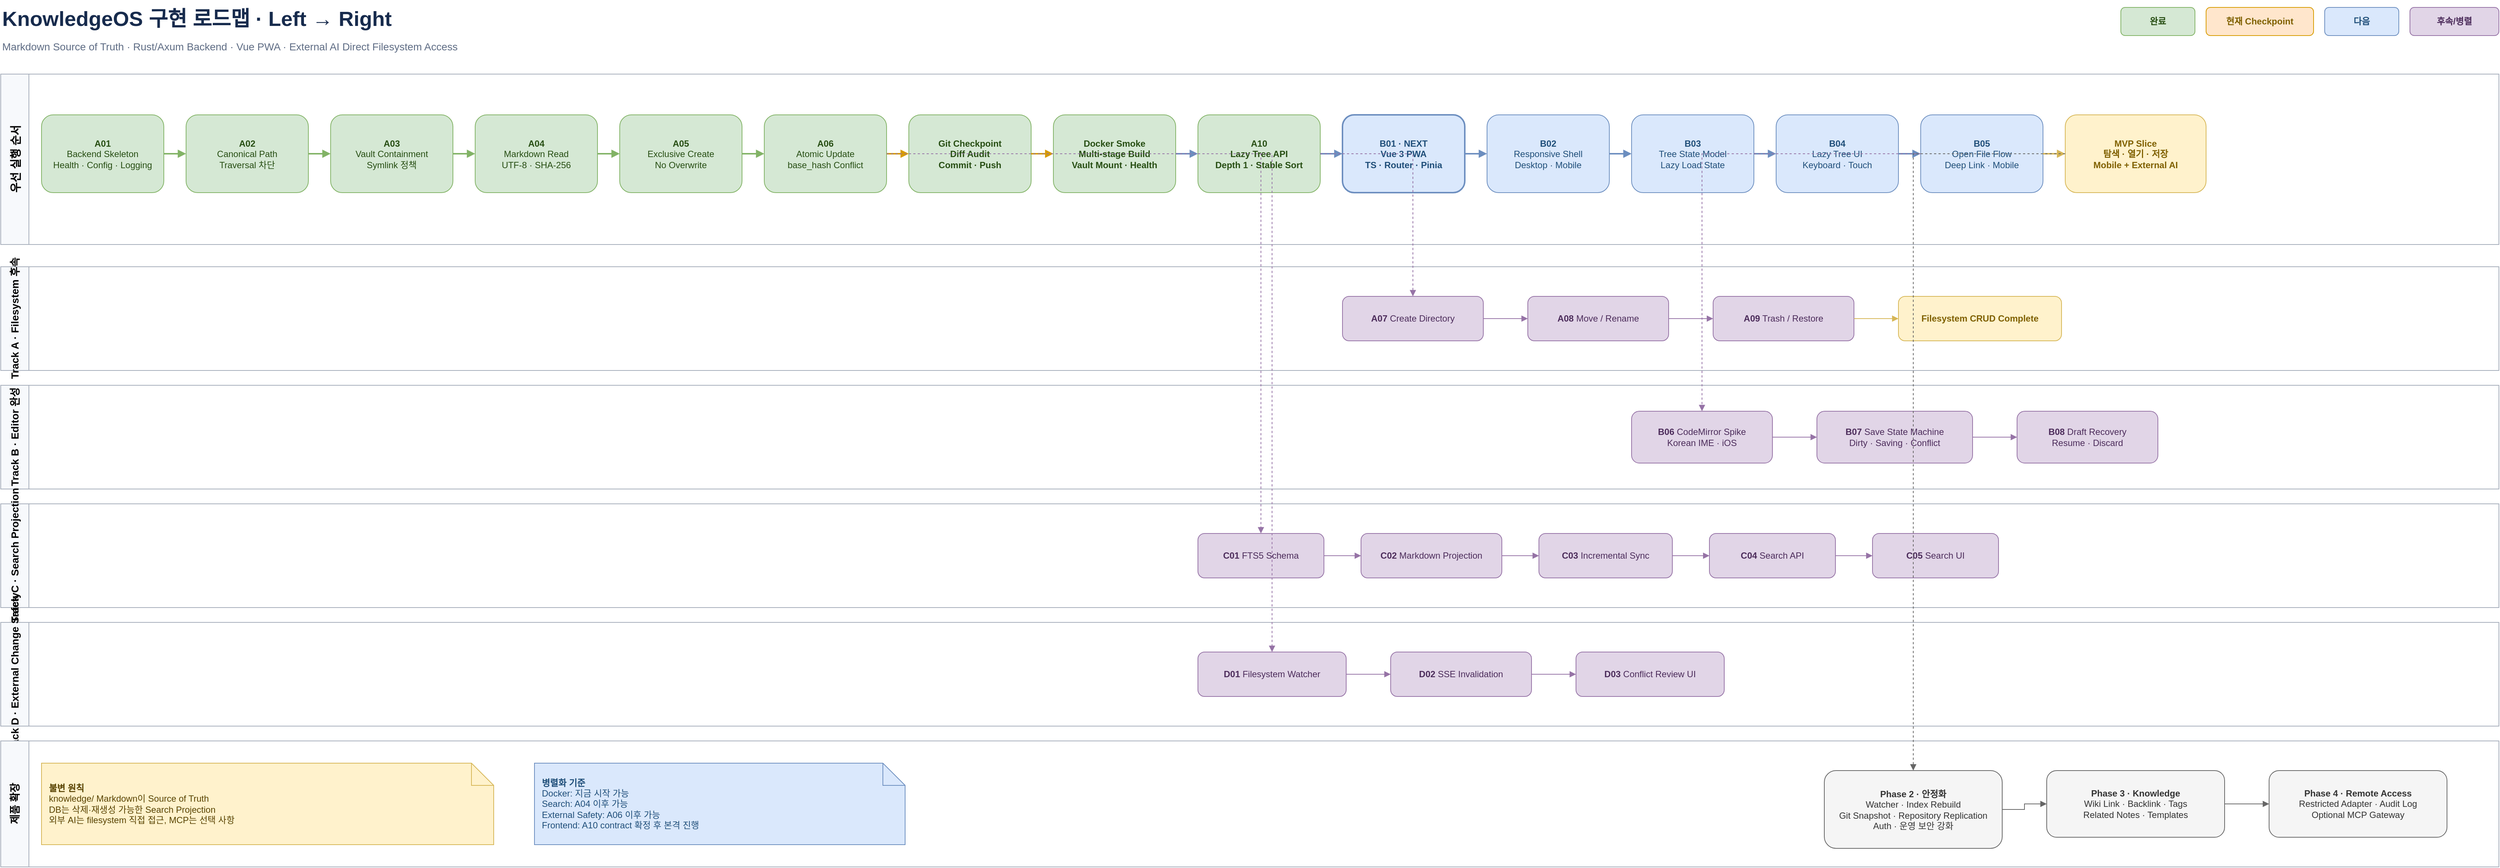
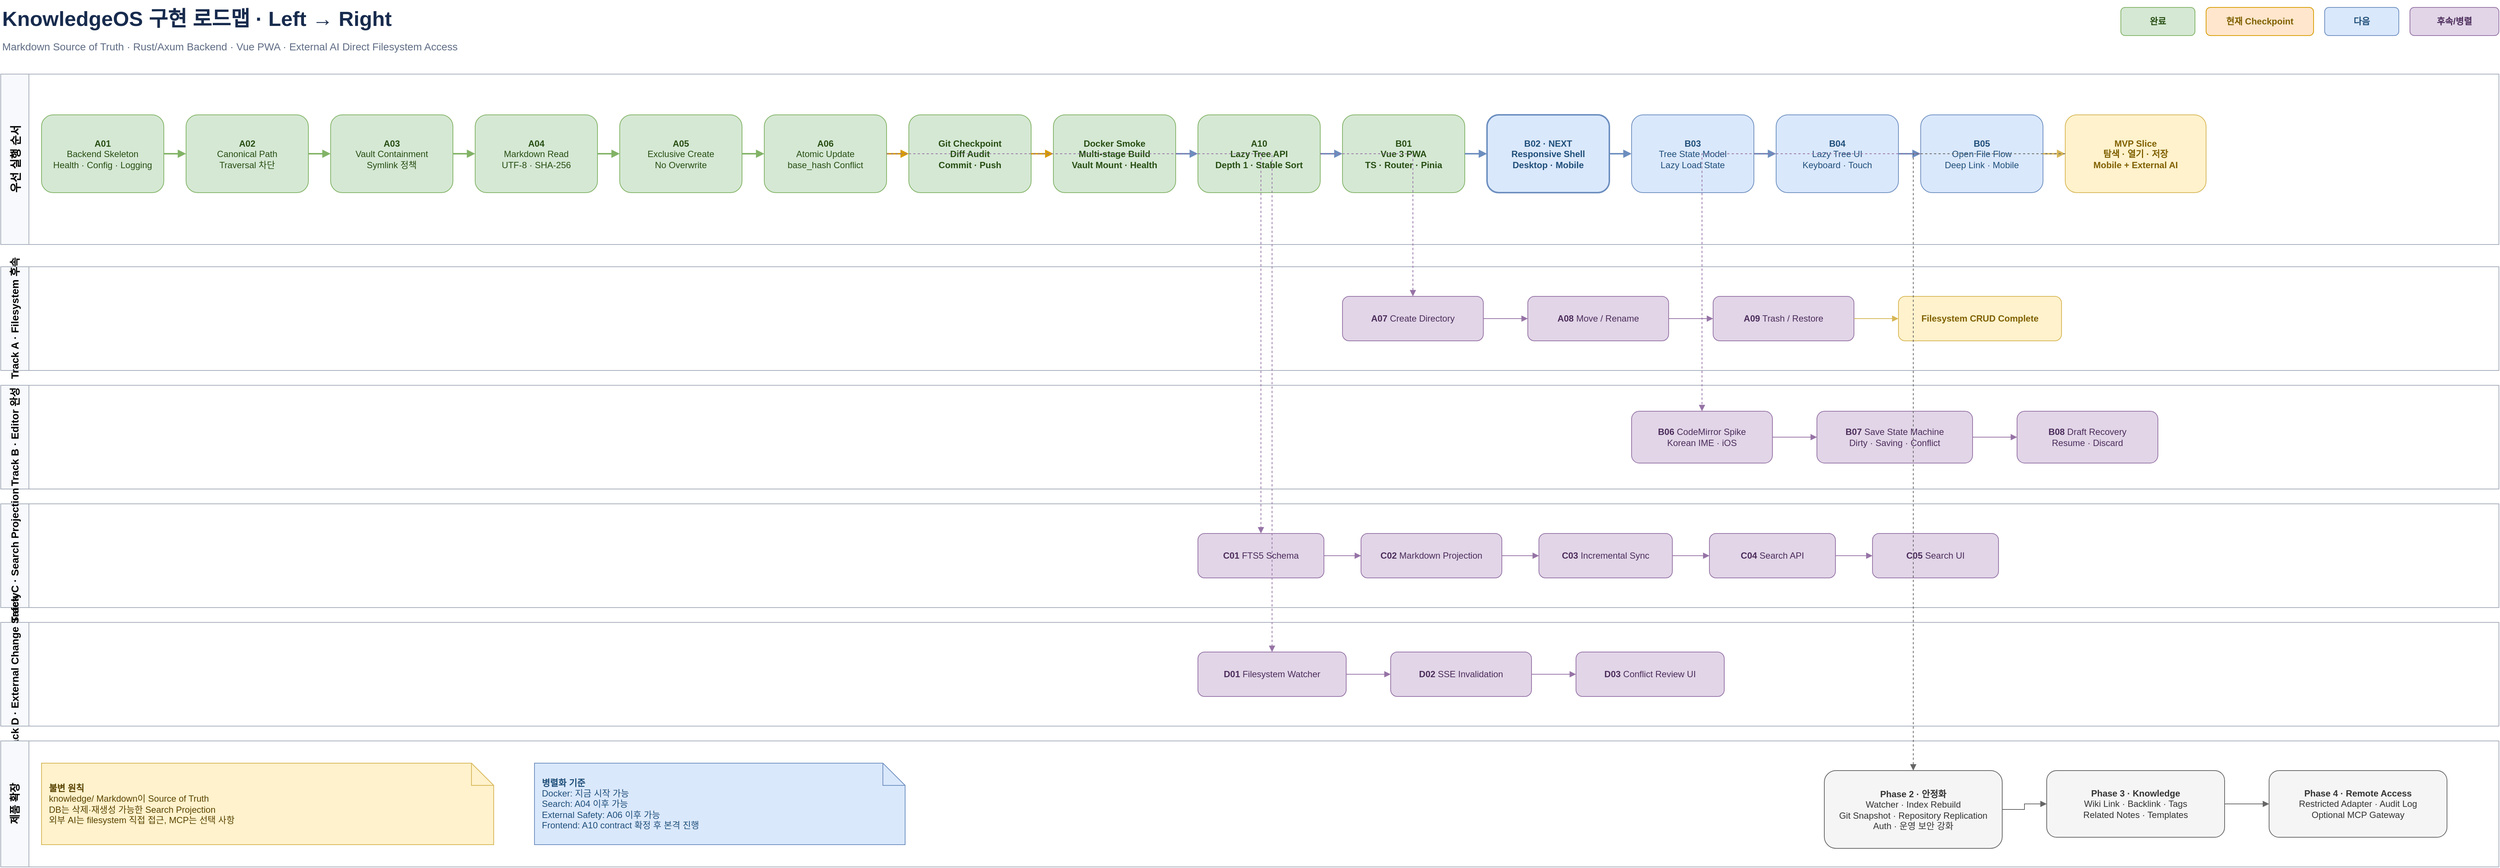
<mxfile host="app.diagrams.net" modified="2026-07-19T00:00:00.000Z" agent="KnowledgeOS" version="26.0.9" type="device">
  <diagram id="knowledgeos-roadmap" name="KnowledgeOS Roadmap">
    <mxGraphModel dx="1600" dy="900" grid="1" gridSize="10" guides="1" tooltips="1" connect="1" arrows="1" fold="1" page="1" pageScale="1" pageWidth="4000" pageHeight="1400" math="0" shadow="0">
      <root>
        <mxCell id="0"/>
        <mxCell id="1" parent="0"/>

        <mxCell id="title" value="KnowledgeOS 구현 로드맵 · Left → Right" style="text;html=1;align=left;verticalAlign=middle;fontSize=28;fontStyle=1;fontColor=#172B4D;" vertex="1" parent="1">
          <mxGeometry x="40" y="20" width="760" height="50" as="geometry"/>
        </mxCell>
        <mxCell id="subtitle" value="Markdown Source of Truth · Rust/Axum Backend · Vue PWA · External AI Direct Filesystem Access" style="text;html=1;align=left;verticalAlign=middle;fontSize=14;fontColor=#5E6C84;" vertex="1" parent="1">
          <mxGeometry x="40" y="68" width="1100" height="30" as="geometry"/>
        </mxCell>

        <mxCell id="legend_done" value="완료" style="rounded=1;whiteSpace=wrap;html=1;fillColor=#D5E8D4;strokeColor=#82B366;fontColor=#274E13;fontStyle=1;" vertex="1" parent="1">
          <mxGeometry x="2900" y="30" width="100" height="38" as="geometry"/>
        </mxCell>
        <mxCell id="legend_now" value="현재 Checkpoint" style="rounded=1;whiteSpace=wrap;html=1;fillColor=#FFE6CC;strokeColor=#D79B00;fontColor=#7F6000;fontStyle=1;" vertex="1" parent="1">
          <mxGeometry x="3015" y="30" width="145" height="38" as="geometry"/>
        </mxCell>
        <mxCell id="legend_next" value="다음" style="rounded=1;whiteSpace=wrap;html=1;fillColor=#DAE8FC;strokeColor=#6C8EBF;fontColor=#1F4E79;fontStyle=1;" vertex="1" parent="1">
          <mxGeometry x="3175" y="30" width="100" height="38" as="geometry"/>
        </mxCell>
        <mxCell id="legend_later" value="후속/병렬" style="rounded=1;whiteSpace=wrap;html=1;fillColor=#E1D5E7;strokeColor=#9673A6;fontColor=#4C2C5B;fontStyle=1;" vertex="1" parent="1">
          <mxGeometry x="3290" y="30" width="120" height="38" as="geometry"/>
        </mxCell>

        <mxCell id="lane_main" value="우선 실행 순서" style="swimlane;html=1;horizontal=0;startSize=38;fillColor=#F7F9FC;swimlaneFillColor=#FFFFFF;strokeColor=#A5ADBA;fontStyle=1;fontSize=15;" vertex="1" parent="1">
          <mxGeometry x="40" y="120" width="3370" height="230" as="geometry"/>
        </mxCell>
        <mxCell id="lane_fs" value="Track A · Filesystem 후속" style="swimlane;html=1;horizontal=0;startSize=38;fillColor=#F7F9FC;swimlaneFillColor=#FFFFFF;strokeColor=#A5ADBA;fontStyle=1;fontSize=14;" vertex="1" parent="1">
          <mxGeometry x="40" y="380" width="3370" height="140" as="geometry"/>
        </mxCell>
        <mxCell id="lane_editor" value="Track B · Editor 완성" style="swimlane;html=1;horizontal=0;startSize=38;fillColor=#F7F9FC;swimlaneFillColor=#FFFFFF;strokeColor=#A5ADBA;fontStyle=1;fontSize=14;" vertex="1" parent="1">
          <mxGeometry x="40" y="540" width="3370" height="140" as="geometry"/>
        </mxCell>
        <mxCell id="lane_search" value="Track C · Search Projection" style="swimlane;html=1;horizontal=0;startSize=38;fillColor=#F7F9FC;swimlaneFillColor=#FFFFFF;strokeColor=#A5ADBA;fontStyle=1;fontSize=14;" vertex="1" parent="1">
          <mxGeometry x="40" y="700" width="3370" height="140" as="geometry"/>
        </mxCell>
        <mxCell id="lane_external" value="Track D · External Change Safety" style="swimlane;html=1;horizontal=0;startSize=38;fillColor=#F7F9FC;swimlaneFillColor=#FFFFFF;strokeColor=#A5ADBA;fontStyle=1;fontSize=14;" vertex="1" parent="1">
          <mxGeometry x="40" y="860" width="3370" height="140" as="geometry"/>
        </mxCell>
        <mxCell id="lane_future" value="제품 확장" style="swimlane;html=1;horizontal=0;startSize=38;fillColor=#F7F9FC;swimlaneFillColor=#FFFFFF;strokeColor=#A5ADBA;fontStyle=1;fontSize=14;" vertex="1" parent="1">
          <mxGeometry x="40" y="1020" width="3370" height="170" as="geometry"/>
        </mxCell>

        <mxCell id="a01" value="&lt;b&gt;A01&lt;/b&gt;&#xa;Backend Skeleton&#xa;Health · Config · Logging" style="rounded=1;whiteSpace=wrap;html=1;fillColor=#D5E8D4;strokeColor=#82B366;fontColor=#274E13;" vertex="1" parent="1"><mxGeometry x="95" y="175" width="165" height="105" as="geometry"/></mxCell>
        <mxCell id="a02" value="&lt;b&gt;A02&lt;/b&gt;&#xa;Canonical Path&#xa;Traversal 차단" style="rounded=1;whiteSpace=wrap;html=1;fillColor=#D5E8D4;strokeColor=#82B366;fontColor=#274E13;" vertex="1" parent="1"><mxGeometry x="290" y="175" width="165" height="105" as="geometry"/></mxCell>
        <mxCell id="a03" value="&lt;b&gt;A03&lt;/b&gt;&#xa;Vault Containment&#xa;Symlink 정책" style="rounded=1;whiteSpace=wrap;html=1;fillColor=#D5E8D4;strokeColor=#82B366;fontColor=#274E13;" vertex="1" parent="1"><mxGeometry x="485" y="175" width="165" height="105" as="geometry"/></mxCell>
        <mxCell id="a04" value="&lt;b&gt;A04&lt;/b&gt;&#xa;Markdown Read&#xa;UTF-8 · SHA-256" style="rounded=1;whiteSpace=wrap;html=1;fillColor=#D5E8D4;strokeColor=#82B366;fontColor=#274E13;" vertex="1" parent="1"><mxGeometry x="680" y="175" width="165" height="105" as="geometry"/></mxCell>
        <mxCell id="a05" value="&lt;b&gt;A05&lt;/b&gt;&#xa;Exclusive Create&#xa;No Overwrite" style="rounded=1;whiteSpace=wrap;html=1;fillColor=#D5E8D4;strokeColor=#82B366;fontColor=#274E13;" vertex="1" parent="1"><mxGeometry x="875" y="175" width="165" height="105" as="geometry"/></mxCell>
        <mxCell id="a06" value="&lt;b&gt;A06&lt;/b&gt;&#xa;Atomic Update&#xa;base_hash Conflict" style="rounded=1;whiteSpace=wrap;html=1;fillColor=#D5E8D4;strokeColor=#82B366;fontColor=#274E13;" vertex="1" parent="1"><mxGeometry x="1070" y="175" width="165" height="105" as="geometry"/></mxCell>
        <mxCell id="git_checkpoint" value="&lt;b&gt;Git Checkpoint&lt;/b&gt;&#xa;Diff Audit&#xa;Commit · Push" style="rounded=1;whiteSpace=wrap;html=1;fillColor=#D5E8D4;strokeColor=#82B366;fontColor=#274E13;fontStyle=1;" vertex="1" parent="1"><mxGeometry x="1265" y="175" width="165" height="105" as="geometry"/></mxCell>
        <mxCell id="docker" value="&lt;b&gt;Docker Smoke&lt;/b&gt;&#xa;Multi-stage Build&#xa;Vault Mount · Health" style="rounded=1;whiteSpace=wrap;html=1;fillColor=#D5E8D4;strokeColor=#82B366;fontColor=#274E13;fontStyle=1;" vertex="1" parent="1"><mxGeometry x="1460" y="175" width="165" height="105" as="geometry"/></mxCell>
        <mxCell id="a10" value="&lt;b&gt;A10&lt;/b&gt;&#xa;Lazy Tree API&#xa;Depth 1 · Stable Sort" style="rounded=1;whiteSpace=wrap;html=1;fillColor=#D5E8D4;strokeColor=#82B366;fontColor=#274E13;fontStyle=1;" vertex="1" parent="1"><mxGeometry x="1655" y="175" width="165" height="105" as="geometry"/></mxCell>
-         <mxCell id="b01" value="&lt;b&gt;B01 · NEXT&lt;/b&gt;&#xa;Vue 3 PWA&#xa;TS · Router · Pinia" style="rounded=1;whiteSpace=wrap;html=1;fillColor=#DAE8FC;strokeColor=#6C8EBF;fontColor=#1F4E79;fontStyle=1;strokeWidth=2;" vertex="1" parent="1"><mxGeometry x="1850" y="175" width="165" height="105" as="geometry"/></mxCell>
-         <mxCell id="b02" value="&lt;b&gt;B02&lt;/b&gt;&#xa;Responsive Shell&#xa;Desktop · Mobile" style="rounded=1;whiteSpace=wrap;html=1;fillColor=#DAE8FC;strokeColor=#6C8EBF;fontColor=#1F4E79;" vertex="1" parent="1"><mxGeometry x="2045" y="175" width="165" height="105" as="geometry"/></mxCell>
+         <mxCell id="b01" value="&lt;b&gt;B01&lt;/b&gt;&#xa;Vue 3 PWA&#xa;TS · Router · Pinia" style="rounded=1;whiteSpace=wrap;html=1;fillColor=#D5E8D4;strokeColor=#82B366;fontColor=#274E13;fontStyle=1;" vertex="1" parent="1"><mxGeometry x="1850" y="175" width="165" height="105" as="geometry"/></mxCell>
+         <mxCell id="b02" value="&lt;b&gt;B02 · NEXT&lt;/b&gt;&#xa;Responsive Shell&#xa;Desktop · Mobile" style="rounded=1;whiteSpace=wrap;html=1;fillColor=#DAE8FC;strokeColor=#6C8EBF;fontColor=#1F4E79;fontStyle=1;strokeWidth=2;" vertex="1" parent="1"><mxGeometry x="2045" y="175" width="165" height="105" as="geometry"/></mxCell>
        <mxCell id="b03" value="&lt;b&gt;B03&lt;/b&gt;&#xa;Tree State Model&#xa;Lazy Load State" style="rounded=1;whiteSpace=wrap;html=1;fillColor=#DAE8FC;strokeColor=#6C8EBF;fontColor=#1F4E79;" vertex="1" parent="1"><mxGeometry x="2240" y="175" width="165" height="105" as="geometry"/></mxCell>
        <mxCell id="b04" value="&lt;b&gt;B04&lt;/b&gt;&#xa;Lazy Tree UI&#xa;Keyboard · Touch" style="rounded=1;whiteSpace=wrap;html=1;fillColor=#DAE8FC;strokeColor=#6C8EBF;fontColor=#1F4E79;" vertex="1" parent="1"><mxGeometry x="2435" y="175" width="165" height="105" as="geometry"/></mxCell>
        <mxCell id="b05" value="&lt;b&gt;B05&lt;/b&gt;&#xa;Open File Flow&#xa;Deep Link · Mobile" style="rounded=1;whiteSpace=wrap;html=1;fillColor=#DAE8FC;strokeColor=#6C8EBF;fontColor=#1F4E79;" vertex="1" parent="1"><mxGeometry x="2630" y="175" width="165" height="105" as="geometry"/></mxCell>
        <mxCell id="mvp_slice" value="&lt;b&gt;MVP Slice&lt;/b&gt;&#xa;탐색 · 열기 · 저장&#xa;Mobile + External AI" style="rounded=1;whiteSpace=wrap;html=1;fillColor=#FFF2CC;strokeColor=#D6B656;fontColor=#7F6000;fontStyle=1;" vertex="1" parent="1"><mxGeometry x="2825" y="175" width="190" height="105" as="geometry"/></mxCell>

        <mxCell id="a07" value="&lt;b&gt;A07&lt;/b&gt; Create Directory" style="rounded=1;whiteSpace=wrap;html=1;fillColor=#E1D5E7;strokeColor=#9673A6;fontColor=#4C2C5B;" vertex="1" parent="1"><mxGeometry x="1850" y="420" width="190" height="60" as="geometry"/></mxCell>
        <mxCell id="a08" value="&lt;b&gt;A08&lt;/b&gt; Move / Rename" style="rounded=1;whiteSpace=wrap;html=1;fillColor=#E1D5E7;strokeColor=#9673A6;fontColor=#4C2C5B;" vertex="1" parent="1"><mxGeometry x="2100" y="420" width="190" height="60" as="geometry"/></mxCell>
        <mxCell id="a09" value="&lt;b&gt;A09&lt;/b&gt; Trash / Restore" style="rounded=1;whiteSpace=wrap;html=1;fillColor=#E1D5E7;strokeColor=#9673A6;fontColor=#4C2C5B;" vertex="1" parent="1"><mxGeometry x="2350" y="420" width="190" height="60" as="geometry"/></mxCell>
        <mxCell id="fs_complete" value="Filesystem CRUD Complete" style="rounded=1;whiteSpace=wrap;html=1;fillColor=#FFF2CC;strokeColor=#D6B656;fontColor=#7F6000;fontStyle=1;" vertex="1" parent="1"><mxGeometry x="2600" y="420" width="220" height="60" as="geometry"/></mxCell>

        <mxCell id="b06" value="&lt;b&gt;B06&lt;/b&gt; CodeMirror Spike&#xa;Korean IME · iOS" style="rounded=1;whiteSpace=wrap;html=1;fillColor=#E1D5E7;strokeColor=#9673A6;fontColor=#4C2C5B;" vertex="1" parent="1"><mxGeometry x="2240" y="575" width="190" height="70" as="geometry"/></mxCell>
        <mxCell id="b07" value="&lt;b&gt;B07&lt;/b&gt; Save State Machine&#xa;Dirty · Saving · Conflict" style="rounded=1;whiteSpace=wrap;html=1;fillColor=#E1D5E7;strokeColor=#9673A6;fontColor=#4C2C5B;" vertex="1" parent="1"><mxGeometry x="2490" y="575" width="210" height="70" as="geometry"/></mxCell>
        <mxCell id="b08" value="&lt;b&gt;B08&lt;/b&gt; Draft Recovery&#xa;Resume · Discard" style="rounded=1;whiteSpace=wrap;html=1;fillColor=#E1D5E7;strokeColor=#9673A6;fontColor=#4C2C5B;" vertex="1" parent="1"><mxGeometry x="2760" y="575" width="190" height="70" as="geometry"/></mxCell>

        <mxCell id="c01" value="&lt;b&gt;C01&lt;/b&gt; FTS5 Schema" style="rounded=1;whiteSpace=wrap;html=1;fillColor=#E1D5E7;strokeColor=#9673A6;fontColor=#4C2C5B;" vertex="1" parent="1"><mxGeometry x="1655" y="740" width="170" height="60" as="geometry"/></mxCell>
        <mxCell id="c02" value="&lt;b&gt;C02&lt;/b&gt; Markdown Projection" style="rounded=1;whiteSpace=wrap;html=1;fillColor=#E1D5E7;strokeColor=#9673A6;fontColor=#4C2C5B;" vertex="1" parent="1"><mxGeometry x="1875" y="740" width="190" height="60" as="geometry"/></mxCell>
        <mxCell id="c03" value="&lt;b&gt;C03&lt;/b&gt; Incremental Sync" style="rounded=1;whiteSpace=wrap;html=1;fillColor=#E1D5E7;strokeColor=#9673A6;fontColor=#4C2C5B;" vertex="1" parent="1"><mxGeometry x="2115" y="740" width="180" height="60" as="geometry"/></mxCell>
        <mxCell id="c04" value="&lt;b&gt;C04&lt;/b&gt; Search API" style="rounded=1;whiteSpace=wrap;html=1;fillColor=#E1D5E7;strokeColor=#9673A6;fontColor=#4C2C5B;" vertex="1" parent="1"><mxGeometry x="2345" y="740" width="170" height="60" as="geometry"/></mxCell>
        <mxCell id="c05" value="&lt;b&gt;C05&lt;/b&gt; Search UI" style="rounded=1;whiteSpace=wrap;html=1;fillColor=#E1D5E7;strokeColor=#9673A6;fontColor=#4C2C5B;" vertex="1" parent="1"><mxGeometry x="2565" y="740" width="170" height="60" as="geometry"/></mxCell>

        <mxCell id="d01" value="&lt;b&gt;D01&lt;/b&gt; Filesystem Watcher" style="rounded=1;whiteSpace=wrap;html=1;fillColor=#E1D5E7;strokeColor=#9673A6;fontColor=#4C2C5B;" vertex="1" parent="1"><mxGeometry x="1655" y="900" width="200" height="60" as="geometry"/></mxCell>
        <mxCell id="d02" value="&lt;b&gt;D02&lt;/b&gt; SSE Invalidation" style="rounded=1;whiteSpace=wrap;html=1;fillColor=#E1D5E7;strokeColor=#9673A6;fontColor=#4C2C5B;" vertex="1" parent="1"><mxGeometry x="1915" y="900" width="190" height="60" as="geometry"/></mxCell>
        <mxCell id="d03" value="&lt;b&gt;D03&lt;/b&gt; Conflict Review UI" style="rounded=1;whiteSpace=wrap;html=1;fillColor=#E1D5E7;strokeColor=#9673A6;fontColor=#4C2C5B;" vertex="1" parent="1"><mxGeometry x="2165" y="900" width="200" height="60" as="geometry"/></mxCell>

        <mxCell id="phase2" value="&lt;b&gt;Phase 2 · 안정화&lt;/b&gt;&#xa;Watcher · Index Rebuild&#xa;Git Snapshot · Repository Replication&#xa;Auth · 운영 보안 강화" style="rounded=1;whiteSpace=wrap;html=1;fillColor=#F5F5F5;strokeColor=#666666;fontColor=#333333;" vertex="1" parent="1"><mxGeometry x="2500" y="1060" width="240" height="105" as="geometry"/></mxCell>
        <mxCell id="phase3" value="&lt;b&gt;Phase 3 · Knowledge&lt;/b&gt;&#xa;Wiki Link · Backlink · Tags&#xa;Related Notes · Templates" style="rounded=1;whiteSpace=wrap;html=1;fillColor=#F5F5F5;strokeColor=#666666;fontColor=#333333;" vertex="1" parent="1"><mxGeometry x="2800" y="1060" width="240" height="90" as="geometry"/></mxCell>
        <mxCell id="phase4" value="&lt;b&gt;Phase 4 · Remote Access&lt;/b&gt;&#xa;Restricted Adapter · Audit Log&#xa;Optional MCP Gateway" style="rounded=1;whiteSpace=wrap;html=1;fillColor=#F5F5F5;strokeColor=#666666;fontColor=#333333;" vertex="1" parent="1"><mxGeometry x="3100" y="1060" width="240" height="90" as="geometry"/></mxCell>

        <mxCell id="note_source" value="&lt;b&gt;불변 원칙&lt;/b&gt;&#xa;knowledge/ Markdown이 Source of Truth&#xa;DB는 삭제·재생성 가능한 Search Projection&#xa;외부 AI는 filesystem 직접 접근, MCP는 선택 사항" style="shape=note;whiteSpace=wrap;html=1;fillColor=#FFF2CC;strokeColor=#D6B656;fontColor=#594300;align=left;spacing=10;" vertex="1" parent="1"><mxGeometry x="95" y="1050" width="610" height="110" as="geometry"/></mxCell>
        <mxCell id="note_parallel" value="&lt;b&gt;병렬화 기준&lt;/b&gt;&#xa;Docker: 지금 시작 가능&#xa;Search: A04 이후 가능&#xa;External Safety: A06 이후 가능&#xa;Frontend: A10 contract 확정 후 본격 진행" style="shape=note;whiteSpace=wrap;html=1;fillColor=#DAE8FC;strokeColor=#6C8EBF;fontColor=#1F4E79;align=left;spacing=10;" vertex="1" parent="1"><mxGeometry x="760" y="1050" width="500" height="110" as="geometry"/></mxCell>

        <mxCell id="e_a01_a02" style="edgeStyle=orthogonalEdgeStyle;rounded=0;orthogonalLoop=1;jettySize=auto;html=1;endArrow=block;strokeColor=#82B366;strokeWidth=2;" edge="1" parent="1" source="a01" target="a02"><mxGeometry relative="1" as="geometry"/></mxCell>
        <mxCell id="e_a02_a03" style="edgeStyle=orthogonalEdgeStyle;rounded=0;orthogonalLoop=1;jettySize=auto;html=1;endArrow=block;strokeColor=#82B366;strokeWidth=2;" edge="1" parent="1" source="a02" target="a03"><mxGeometry relative="1" as="geometry"/></mxCell>
        <mxCell id="e_a03_a04" style="edgeStyle=orthogonalEdgeStyle;rounded=0;orthogonalLoop=1;jettySize=auto;html=1;endArrow=block;strokeColor=#82B366;strokeWidth=2;" edge="1" parent="1" source="a03" target="a04"><mxGeometry relative="1" as="geometry"/></mxCell>
        <mxCell id="e_a04_a05" style="edgeStyle=orthogonalEdgeStyle;rounded=0;orthogonalLoop=1;jettySize=auto;html=1;endArrow=block;strokeColor=#82B366;strokeWidth=2;" edge="1" parent="1" source="a04" target="a05"><mxGeometry relative="1" as="geometry"/></mxCell>
        <mxCell id="e_a05_a06" style="edgeStyle=orthogonalEdgeStyle;rounded=0;orthogonalLoop=1;jettySize=auto;html=1;endArrow=block;strokeColor=#82B366;strokeWidth=2;" edge="1" parent="1" source="a05" target="a06"><mxGeometry relative="1" as="geometry"/></mxCell>
        <mxCell id="e_a06_git" style="edgeStyle=orthogonalEdgeStyle;rounded=0;orthogonalLoop=1;jettySize=auto;html=1;endArrow=block;strokeColor=#D79B00;strokeWidth=2;" edge="1" parent="1" source="a06" target="git_checkpoint"><mxGeometry relative="1" as="geometry"/></mxCell>
        <mxCell id="e_git_docker" style="edgeStyle=orthogonalEdgeStyle;rounded=0;orthogonalLoop=1;jettySize=auto;html=1;endArrow=block;strokeColor=#D79B00;strokeWidth=2;" edge="1" parent="1" source="git_checkpoint" target="docker"><mxGeometry relative="1" as="geometry"/></mxCell>
        <mxCell id="e_docker_a10" style="edgeStyle=orthogonalEdgeStyle;rounded=0;orthogonalLoop=1;jettySize=auto;html=1;endArrow=block;strokeColor=#6C8EBF;strokeWidth=2;" edge="1" parent="1" source="docker" target="a10"><mxGeometry relative="1" as="geometry"/></mxCell>
        <mxCell id="e_a10_b01" style="edgeStyle=orthogonalEdgeStyle;rounded=0;orthogonalLoop=1;jettySize=auto;html=1;endArrow=block;strokeColor=#6C8EBF;strokeWidth=2;" edge="1" parent="1" source="a10" target="b01"><mxGeometry relative="1" as="geometry"/></mxCell>
        <mxCell id="e_b01_b02" style="edgeStyle=orthogonalEdgeStyle;rounded=0;orthogonalLoop=1;jettySize=auto;html=1;endArrow=block;strokeColor=#6C8EBF;strokeWidth=2;" edge="1" parent="1" source="b01" target="b02"><mxGeometry relative="1" as="geometry"/></mxCell>
        <mxCell id="e_b02_b03" style="edgeStyle=orthogonalEdgeStyle;rounded=0;orthogonalLoop=1;jettySize=auto;html=1;endArrow=block;strokeColor=#6C8EBF;strokeWidth=2;" edge="1" parent="1" source="b02" target="b03"><mxGeometry relative="1" as="geometry"/></mxCell>
        <mxCell id="e_b03_b04" style="edgeStyle=orthogonalEdgeStyle;rounded=0;orthogonalLoop=1;jettySize=auto;html=1;endArrow=block;strokeColor=#6C8EBF;strokeWidth=2;" edge="1" parent="1" source="b03" target="b04"><mxGeometry relative="1" as="geometry"/></mxCell>
        <mxCell id="e_b04_b05" style="edgeStyle=orthogonalEdgeStyle;rounded=0;orthogonalLoop=1;jettySize=auto;html=1;endArrow=block;strokeColor=#6C8EBF;strokeWidth=2;" edge="1" parent="1" source="b04" target="b05"><mxGeometry relative="1" as="geometry"/></mxCell>
        <mxCell id="e_b05_mvp" style="edgeStyle=orthogonalEdgeStyle;rounded=0;orthogonalLoop=1;jettySize=auto;html=1;endArrow=block;strokeColor=#D6B656;strokeWidth=2;" edge="1" parent="1" source="b05" target="mvp_slice"><mxGeometry relative="1" as="geometry"/></mxCell>

        <mxCell id="e_a10_a07" style="edgeStyle=orthogonalEdgeStyle;rounded=0;orthogonalLoop=1;jettySize=auto;html=1;endArrow=block;dashed=1;strokeColor=#9673A6;" edge="1" parent="1" source="a10" target="a07"><mxGeometry relative="1" as="geometry"/></mxCell>
        <mxCell id="e_a07_a08" style="edgeStyle=orthogonalEdgeStyle;rounded=0;html=1;endArrow=block;strokeColor=#9673A6;" edge="1" parent="1" source="a07" target="a08"><mxGeometry relative="1" as="geometry"/></mxCell>
        <mxCell id="e_a08_a09" style="edgeStyle=orthogonalEdgeStyle;rounded=0;html=1;endArrow=block;strokeColor=#9673A6;" edge="1" parent="1" source="a08" target="a09"><mxGeometry relative="1" as="geometry"/></mxCell>
        <mxCell id="e_a09_fs" style="edgeStyle=orthogonalEdgeStyle;rounded=0;html=1;endArrow=block;strokeColor=#D6B656;" edge="1" parent="1" source="a09" target="fs_complete"><mxGeometry relative="1" as="geometry"/></mxCell>

        <mxCell id="e_b05_b06" style="edgeStyle=orthogonalEdgeStyle;rounded=0;html=1;endArrow=block;dashed=1;strokeColor=#9673A6;" edge="1" parent="1" source="b05" target="b06"><mxGeometry relative="1" as="geometry"/></mxCell>
        <mxCell id="e_b06_b07" style="edgeStyle=orthogonalEdgeStyle;rounded=0;html=1;endArrow=block;strokeColor=#9673A6;" edge="1" parent="1" source="b06" target="b07"><mxGeometry relative="1" as="geometry"/></mxCell>
        <mxCell id="e_b07_b08" style="edgeStyle=orthogonalEdgeStyle;rounded=0;html=1;endArrow=block;strokeColor=#9673A6;" edge="1" parent="1" source="b07" target="b08"><mxGeometry relative="1" as="geometry"/></mxCell>

        <mxCell id="e_docker_c01" style="edgeStyle=orthogonalEdgeStyle;rounded=0;html=1;endArrow=block;dashed=1;strokeColor=#9673A6;" edge="1" parent="1" source="docker" target="c01"><mxGeometry relative="1" as="geometry"/></mxCell>
        <mxCell id="e_c01_c02" style="edgeStyle=orthogonalEdgeStyle;rounded=0;html=1;endArrow=block;strokeColor=#9673A6;" edge="1" parent="1" source="c01" target="c02"><mxGeometry relative="1" as="geometry"/></mxCell>
        <mxCell id="e_c02_c03" style="edgeStyle=orthogonalEdgeStyle;rounded=0;html=1;endArrow=block;strokeColor=#9673A6;" edge="1" parent="1" source="c02" target="c03"><mxGeometry relative="1" as="geometry"/></mxCell>
        <mxCell id="e_c03_c04" style="edgeStyle=orthogonalEdgeStyle;rounded=0;html=1;endArrow=block;strokeColor=#9673A6;" edge="1" parent="1" source="c03" target="c04"><mxGeometry relative="1" as="geometry"/></mxCell>
        <mxCell id="e_c04_c05" style="edgeStyle=orthogonalEdgeStyle;rounded=0;html=1;endArrow=block;strokeColor=#9673A6;" edge="1" parent="1" source="c04" target="c05"><mxGeometry relative="1" as="geometry"/></mxCell>

        <mxCell id="e_a06_d01" style="edgeStyle=orthogonalEdgeStyle;rounded=0;html=1;endArrow=block;dashed=1;strokeColor=#9673A6;" edge="1" parent="1" source="a06" target="d01"><mxGeometry relative="1" as="geometry"/></mxCell>
        <mxCell id="e_d01_d02" style="edgeStyle=orthogonalEdgeStyle;rounded=0;html=1;endArrow=block;strokeColor=#9673A6;" edge="1" parent="1" source="d01" target="d02"><mxGeometry relative="1" as="geometry"/></mxCell>
        <mxCell id="e_d02_d03" style="edgeStyle=orthogonalEdgeStyle;rounded=0;html=1;endArrow=block;strokeColor=#9673A6;" edge="1" parent="1" source="d02" target="d03"><mxGeometry relative="1" as="geometry"/></mxCell>

        <mxCell id="e_mvp_phase2" style="edgeStyle=orthogonalEdgeStyle;rounded=0;html=1;endArrow=block;dashed=1;strokeColor=#666666;" edge="1" parent="1" source="mvp_slice" target="phase2"><mxGeometry relative="1" as="geometry"/></mxCell>
        <mxCell id="e_phase2_phase3" style="edgeStyle=orthogonalEdgeStyle;rounded=0;html=1;endArrow=block;strokeColor=#666666;" edge="1" parent="1" source="phase2" target="phase3"><mxGeometry relative="1" as="geometry"/></mxCell>
        <mxCell id="e_phase3_phase4" style="edgeStyle=orthogonalEdgeStyle;rounded=0;html=1;endArrow=block;strokeColor=#666666;" edge="1" parent="1" source="phase3" target="phase4"><mxGeometry relative="1" as="geometry"/></mxCell>
      </root>
    </mxGraphModel>
  </diagram>
</mxfile>
